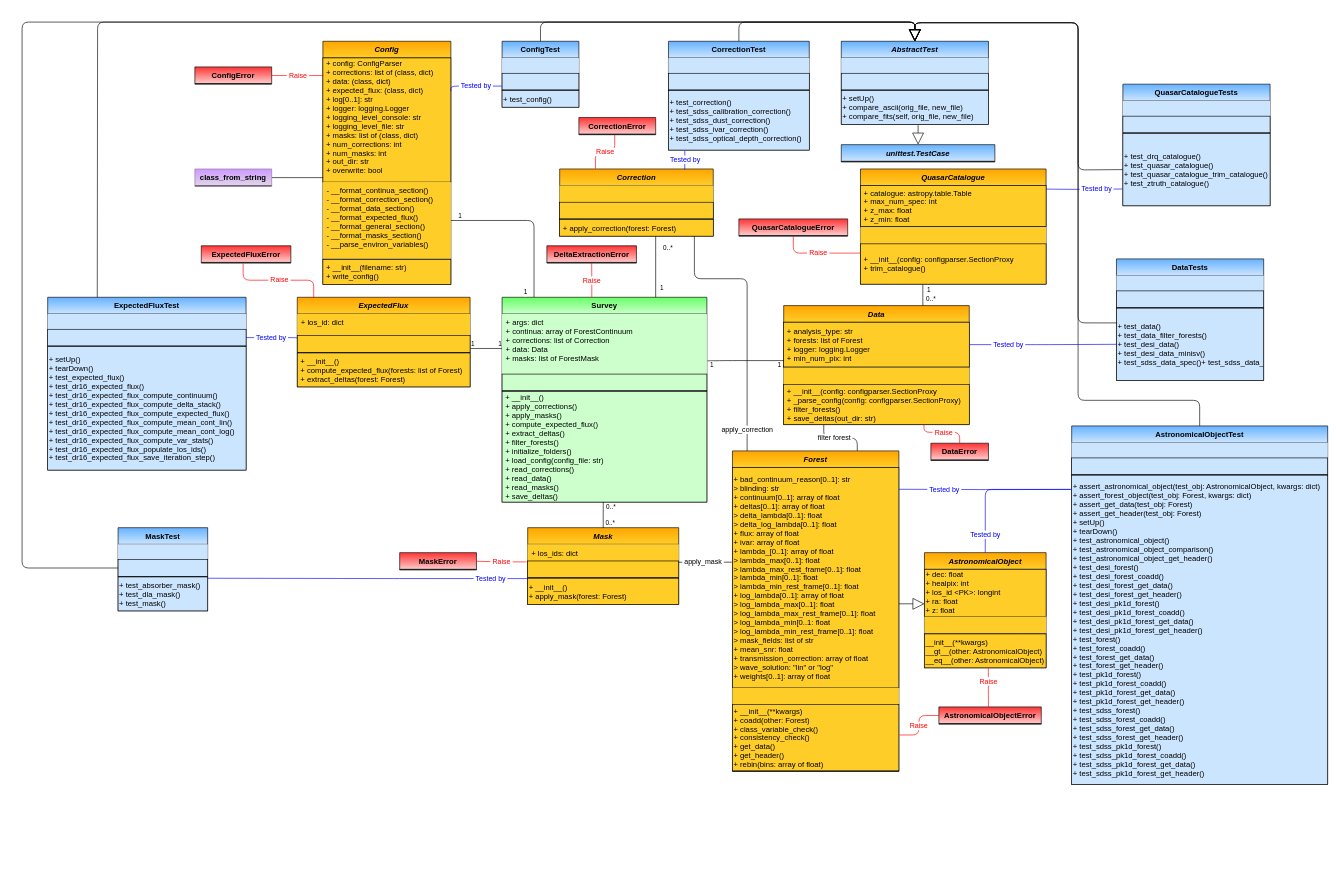
The draw.io diagram page "Main" (1 of 7) of py/picca/delta_extraction/docs/data_model/data_model.drawio in igmhub/picca, before the edit. Source tidied: cells renumbered, new cells numbered last; positions are measured from the earlier drawing's top-left corner, leaving out a move shared by most shapes. Both pictures are drawn from the tidied source at 64%, with x=0, y=0 at pixel (22, 22).
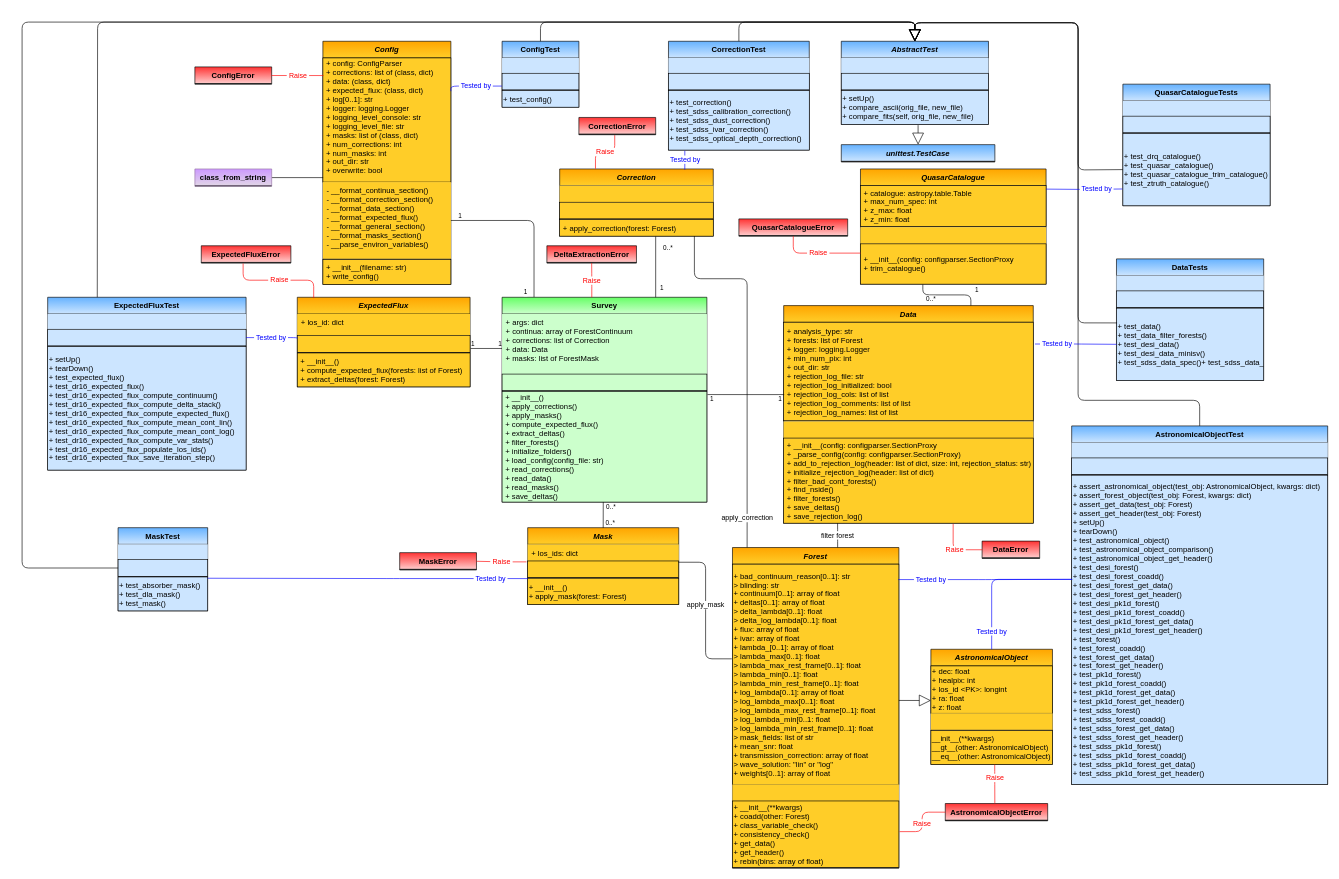
After the change.

The change refers to these unchanged cells:
```xml
<mxCell id="9" value="+ args: dict&#10;+ continua: array of ForestContinuum&#10;+ corrections: list of Correction&#10;+ data: Data&#10;+ masks: list of ForestMask&#10;" style="text;strokeColor=none;align=left;verticalAlign=top;spacingLeft=4;spacingRight=4;overflow=hidden;points=[[0,0.5],[1,0.5]];portConstraint=eastwest;gradientColor=none;fillColor=#CCFFCC;" parent="8" vertex="1">
  <mxGeometry y="26" width="320" height="94" as="geometry" />
</mxCell>
<mxCell id="12" value=" + __init__()&#10; + apply_corrections()&#10; + apply_masks()&#10; + compute_expected_flux()&#10; + extract_deltas()&#10; + filter_forests()&#10; + initialize_folders() &#10; + load_config(config_file: str)&#10; + read_corrections() &#10; + read_data()&#10; + read_masks()&#10; + save_deltas()" style="text;strokeColor=#000000;align=left;verticalAlign=middle;overflow=hidden;points=[[0,0.5],[1,0.5]];portConstraint=eastwest;rounded=0;shadow=0;glass=0;comic=0;fontStyle=0;gradientColor=none;swimlaneFillColor=#ffffff;gradientDirection=north;startSize=26;fillColor=#CCFFCC;" parent="8" vertex="1">
  <mxGeometry y="147" width="320" height="173" as="geometry" />
</mxCell>
<mxCell id="24" value="+ bad_continuum_reason[0..1]: str&#10;&gt; blinding: str&#10;+ continuum[0..1]: array of float&#10;+ deltas[0..1]: array of float&#10;&gt; delta_lambda[0..1]: float&#10;&gt; delta_log_lambda[0..1]: float&#10;+ flux: array of float&#10;+ ivar: array of float&#10;+ lambda_[0..1]: array of float&#10;&gt; lambda_max[0..1]: float&#10;&gt; lambda_max_rest_frame[0..1]: float&#10;&gt; lambda_min[0..1]: float&#10;&gt; lambda_min_rest_frame[0..1]: float&#10;+ log_lambda[0..1]: array of float&#10;&gt; log_lambda_max[0..1]: float&#10;&gt; log_lambda_max_rest_frame[0..1]: float&#10;&gt; log_lambda_min[0..1: float&#10;&gt; log_lambda_min_rest_frame[0..1]: float&#10;&gt; mask_fields: list of str&#10;+ mean_snr: float&#10;+ transmission_correction: array of float&#10;&gt; wave_solution: &quot;lin&quot; or &quot;log&quot;&#10;+ weights[0..1]: array of float" style="text;strokeColor=#000000;fillColor=#ffcd28;align=left;verticalAlign=middle;overflow=hidden;points=[[0,0.5],[1,0.5]];portConstraint=eastwest;rounded=0;shadow=0;glass=0;comic=0;fontStyle=0;gradientColor=none;swimlaneFillColor=#ffffff;gradientDirection=north;startSize=26;" parent="23" vertex="1">
  <mxGeometry y="26" width="260" height="344" as="geometry" />
</mxCell>
<mxCell id="110" value="__init__(**kwargs)&#10;__gt__(other: AstronomicalObject)&#10;__eq__(other: AstronomicalObject)" style="text;strokeColor=#000000;fillColor=#ffcd28;align=left;verticalAlign=middle;overflow=hidden;points=[[0,0.5],[1,0.5]];portConstraint=eastwest;rounded=0;shadow=0;glass=0;comic=0;fontStyle=0;gradientColor=none;swimlaneFillColor=#ffffff;gradientDirection=north;startSize=26;" parent="106" vertex="1">
  <mxGeometry y="127" width="190" height="53" as="geometry" />
</mxCell>
<mxCell id="115" value="+ assert_astronomical_object(test_obj: AstronomicalObject, kwargs: dict)&#10;+ assert_forest_object(test_obj: Forest, kwargs: dict)&#10;+ assert_get_data(test_obj: Forest)&#10;+ assert_get_header(test_obj: Forest)&#10;+ setUp()&#10;+ tearDown()&#10;+ test_astronomical_object()&#10;+ test_astronomical_object_comparison()&#10;+ test_astronomical_object_get_header()&#10;+ test_desi_forest()&#10;+ test_desi_forest_coadd()&#10;+ test_desi_forest_get_data()&#10;+ test_desi_forest_get_header()&#10;+ test_desi_pk1d_forest()&#10;+ test_desi_pk1d_forest_coadd()&#10;+ test_desi_pk1d_forest_get_data()&#10;+ test_desi_pk1d_forest_get_header()&#10;+ test_forest()&#10;+ test_forest_coadd()&#10;+ test_forest_get_data()&#10;+ test_forest_get_header()&#10;+ test_pk1d_forest()&#10;+ test_pk1d_forest_coadd()&#10;+ test_pk1d_forest_get_data()&#10;+ test_pk1d_forest_get_header()&#10;+ test_sdss_forest()&#10;+ test_sdss_forest_coadd()&#10;+ test_sdss_forest_get_data()&#10;+ test_sdss_forest_get_header()&#10;+ test_sdss_pk1d_forest()&#10;+ test_sdss_pk1d_forest_coadd()&#10;+ test_sdss_pk1d_forest_get_data()&#10;+ test_sdss_pk1d_forest_get_header()" style="text;strokeColor=#000000;align=left;verticalAlign=middle;overflow=hidden;points=[[0,0.5],[1,0.5]];portConstraint=eastwest;rounded=0;shadow=0;glass=0;comic=0;fontStyle=0;gradientColor=none;swimlaneFillColor=#ffffff;gradientDirection=north;startSize=26;fillColor=#CCE5FF;" parent="111" vertex="1">
  <mxGeometry y="77" width="400" height="483" as="geometry" />
</mxCell>
<mxCell id="156" value="+ test_data()&#10;+ test_data_filter_forests()&#10;+ test_desi_data()&#10;+ test_desi_data_minisv()&#10;+ test_sdss_data_spec()+ test_sdss_data_spplate()" style="text;strokeColor=#000000;align=left;verticalAlign=middle;overflow=hidden;points=[[0,0.5],[1,0.5]];portConstraint=eastwest;rounded=0;shadow=0;glass=0;comic=0;fontStyle=0;gradientColor=none;swimlaneFillColor=#ffffff;gradientDirection=north;startSize=26;fillColor=#CCE5FF;" parent="152" vertex="1">
  <mxGeometry y="77" width="230" height="113" as="geometry" />
</mxCell>
```

What changed in the source:
```diff
@@
     <mxCell id="23" value="Forest" style="swimlane;fontStyle=3;horizontal=1;startSize=26;fillColor=#ffcd28;swimlaneFillColor=#ffffff;rounded=0;shadow=0;glass=0;comic=0;strokeColor=#000000;gradientColor=#ffa500;swimlaneLine=1;gradientDirection=north;" parent="1" vertex="1">
-      <mxGeometry x="1110" y="670" width="260" height="501" as="geometry" />
+      <mxGeometry x="1110" y="821" width="260" height="501" as="geometry" />
     </mxCell>
@@
     <mxCell id="95" value="Data" style="swimlane;fontStyle=3;horizontal=1;startSize=26;fillColor=#ffcd28;swimlaneFillColor=#ffffff;rounded=0;shadow=0;glass=0;comic=0;strokeColor=#000000;gradientColor=#ffa500;swimlaneLine=1;gradientDirection=north;" parent="1" vertex="1">
-      <mxGeometry x="1190" y="443" width="290" height="186" as="geometry" />
+      <mxGeometry x="1190" y="443" width="390" height="340" as="geometry" />
     </mxCell>
-    <mxCell id="96" value=" + analysis_type: str&#10; + forests: list of Forest&#10; + logger: logging.Logger&#10; + min_num_pix: int" style="text;strokeColor=#000000;fillColor=#ffcd28;align=left;verticalAlign=middle;overflow=hidden;points=[[0,0.5],[1,0.5]];portConstraint=eastwest;rounded=0;shadow=0;glass=0;comic=0;fontStyle=0;gradientColor=none;swimlaneFillColor=#ffffff;gradientDirection=north;startSize=26;" parent="95" vertex="1">
-      <mxGeometry y="26" width="290" height="70" as="geometry" />
+    <mxCell id="96" value=" + analysis_type: str&#10; + forests: list of Forest&#10; + logger: logging.Logger&#10; + min_num_pix: int&#10; + out_dir: str&#10; + rejection_log_file: str&#10; + rejection_log_initialized: bool&#10; + rejection_log_cols: list of list&#10; + rejection_log_comments: list of list&#10; + rejection_log_names: list of list" style="text;strokeColor=#000000;fillColor=#ffcd28;align=left;verticalAlign=middle;overflow=hidden;points=[[0,0.5],[1,0.5]];portConstraint=eastwest;rounded=0;shadow=0;glass=0;comic=0;fontStyle=0;gradientColor=none;swimlaneFillColor=#ffffff;gradientDirection=north;startSize=26;" parent="95" vertex="1">
+      <mxGeometry y="26" width="390" height="154" as="geometry" />
     </mxCell>
     <mxCell id="97" style="line;strokeWidth=1;fillColor=none;align=left;verticalAlign=middle;spacingTop=-1;spacingLeft=3;spacingRight=3;labelPosition=right;rounded=0;shadow=0;glass=0;comic=0;" parent="95" vertex="1">
-      <mxGeometry y="96" width="290" height="1" as="geometry" />
+      <mxGeometry y="180" width="390" height="1" as="geometry" />
     </mxCell>
     <mxCell id="98" style="text;strokeColor=none;fillColor=#ffcd28;align=left;verticalAlign=top;spacingLeft=4;spacingRight=4;overflow=hidden;gradientColor=none;" parent="95" vertex="1">
-      <mxGeometry y="97" width="290" height="26" as="geometry" />
+      <mxGeometry y="181" width="390" height="26" as="geometry" />
     </mxCell>
-    <mxCell id="99" value=" + __init__(config: configparser.SectionProxy&#10; + _parse_config(config: configparser.SectionProxy)&#10; + filter_forests()&#10; + save_deltas(out_dir: str)" style="text;strokeColor=#000000;fillColor=#ffcd28;align=left;verticalAlign=middle;overflow=hidden;points=[[0,0.5],[1,0.5]];portConstraint=eastwest;rounded=0;shadow=0;glass=0;comic=0;fontStyle=0;gradientColor=none;swimlaneFillColor=#ffffff;gradientDirection=north;startSize=26;" parent="95" vertex="1">
-      <mxGeometry y="123" width="290" height="63" as="geometry" />
+    <mxCell id="99" value=" + __init__(config: configparser.SectionProxy&#10; + _parse_config(config: configparser.SectionProxy)&#10; + add_to_rejection_log(header: list of dict, size: int, rejection_status: str)&#10; + initialize_rejection_log(header: list of dict)&#10; + filter_bad_cont_forests()&#10; + find_nside()&#10; + filter_forests()&#10; + save_deltas()&#10; + save_rejection_log()" style="text;strokeColor=#000000;fillColor=#ffcd28;align=left;verticalAlign=middle;overflow=hidden;points=[[0,0.5],[1,0.5]];portConstraint=eastwest;rounded=0;shadow=0;glass=0;comic=0;fontStyle=0;gradientColor=none;swimlaneFillColor=#ffffff;gradientDirection=north;startSize=26;" parent="95" vertex="1">
+      <mxGeometry y="207" width="390" height="133" as="geometry" />
     </mxCell>
-    <mxCell id="100" style="endArrow=none;html=1;edgeStyle=orthogonalEdgeStyle;exitX=0.002;exitY=0.856;exitDx=0;exitDy=0;exitPerimeter=0;entryX=1.003;entryY=0.78;entryDx=0;entryDy=0;entryPerimeter=0;" parent="1" edge="1" source="96" target="9">
-      <mxGeometry relative="1" as="geometry">
-        <Array as="points">
-          <mxPoint x="1100" y="529" />
-        </Array>
-      </mxGeometry>
+    <mxCell id="100" style="endArrow=none;html=1;edgeStyle=orthogonalEdgeStyle;exitX=0.002;exitY=0.734;exitDx=0;exitDy=0;exitPerimeter=0;entryX=1.003;entryY=0.029;entryDx=0;entryDy=0;entryPerimeter=0;" parent="1" edge="1" source="96" target="12">
+      <mxGeometry relative="1" as="geometry" />
     </mxCell>
@@
     <mxCell id="106" value="AstronomicalObject" style="swimlane;fontStyle=3;horizontal=1;startSize=26;fillColor=#ffcd28;swimlaneFillColor=#ffffff;rounded=0;shadow=0;glass=0;comic=0;strokeColor=#000000;gradientColor=#ffa500;swimlaneLine=1;gradientDirection=north;" parent="1" vertex="1">
-      <mxGeometry x="1410" y="829" width="190" height="180" as="geometry" />
+      <mxGeometry x="1420" y="980" width="190" height="180" as="geometry" />
     </mxCell>
@@
-    <mxCell id="117" value="&lt;font color=&quot;#0000ff&quot;&gt;&amp;nbsp;Tested by&amp;nbsp;&lt;/font&gt;" style="endArrow=none;html=1;edgeStyle=orthogonalEdgeStyle;exitX=0.5;exitY=0;exitDx=0;exitDy=0;strokeColor=#0000FF;entryX=-0.002;entryY=0.046;entryDx=0;entryDy=0;entryPerimeter=0;" parent="1" edge="1" source="106" target="115">
+    <mxCell id="117" value="&lt;font color=&quot;#0000ff&quot;&gt;&amp;nbsp;Tested by&amp;nbsp;&lt;/font&gt;" style="endArrow=none;html=1;edgeStyle=orthogonalEdgeStyle;exitX=0.5;exitY=0;exitDx=0;exitDy=0;strokeColor=#0000FF;entryX=0.003;entryY=0.337;entryDx=0;entryDy=0;entryPerimeter=0;" parent="1" edge="1" source="106" target="115">
       <mxGeometry x="-0.76" relative="1" as="geometry">
         <Array as="points">
-          <mxPoint x="1505" y="730" />
-          <mxPoint x="1639" y="730" />
+          <mxPoint x="1515" y="871" />
         </Array>
       </mxGeometry>
     </mxCell>
@@
-    <mxCell id="120" value="&amp;nbsp;filter forest&amp;nbsp;" style="endArrow=none;html=1;edgeStyle=orthogonalEdgeStyle;exitX=0.75;exitY=0;exitDx=0;exitDy=0;entryX=0.216;entryY=1;entryDx=0;entryDy=0;entryPerimeter=0;" parent="1" edge="1" source="23" target="99">
-      <mxGeometry x="0.2" relative="1" as="geometry">
-        <Array as="points">
-          <mxPoint x="1253" y="650" />
-        </Array>
-      </mxGeometry>
+    <mxCell id="120" value="&amp;nbsp;filter forest&amp;nbsp;" style="endArrow=none;html=1;edgeStyle=orthogonalEdgeStyle;exitX=0.632;exitY=0;exitDx=0;exitDy=0;entryX=0.216;entryY=1;entryDx=0;entryDy=0;entryPerimeter=0;exitPerimeter=0;" parent="1" edge="1" source="23" target="99">
+      <mxGeometry relative="1" as="geometry" />
     </mxCell>
@@
-    <mxCell id="136" value="&lt;font color=&quot;#0000ff&quot;&gt;&amp;nbsp;Tested by&amp;nbsp;&lt;/font&gt;" style="endArrow=none;html=1;edgeStyle=orthogonalEdgeStyle;strokeColor=#0000FF;entryX=-0.004;entryY=0.046;entryDx=0;entryDy=0;entryPerimeter=0;" parent="1" edge="1" target="115">
-      <mxGeometry x="-0.47" relative="1" as="geometry">
-        <mxPoint x="1370" y="730" as="sourcePoint" />
-      </mxGeometry>
+    <mxCell id="136" value="&lt;font color=&quot;#0000ff&quot;&gt;&amp;nbsp;Tested by&amp;nbsp;&lt;/font&gt;" style="endArrow=none;html=1;edgeStyle=orthogonalEdgeStyle;strokeColor=#0000FF;exitX=0.996;exitY=0.07;exitDx=0;exitDy=0;exitPerimeter=0;entryX=-0.002;entryY=0.337;entryDx=0;entryDy=0;entryPerimeter=0;" parent="1" edge="1" source="24" target="115">
+      <mxGeometry x="-0.62" relative="1" as="geometry" />
     </mxCell>
@@
     <mxCell id="138" value="AstronomicalObjectError" style="swimlane;fontStyle=1;horizontal=1;startSize=26;swimlaneFillColor=#ffffff;rounded=0;shadow=0;glass=0;comic=0;strokeColor=#000000;swimlaneLine=1;gradientDirection=north;fillColor=#FFCCCC;gradientColor=#FF3333;" parent="1" vertex="1">
-      <mxGeometry x="1432.5" y="1070" width="160" height="27" as="geometry" />
+      <mxGeometry x="1442.5" y="1221" width="160" height="27" as="geometry" />
     </mxCell>
@@
     <mxCell id="142" value="&amp;nbsp;Raise&amp;nbsp;" style="endArrow=none;html=1;edgeStyle=orthogonalEdgeStyle;fontColor=#FF0000;strokeColor=#FF0000;entryX=0.484;entryY=-0.004;entryDx=0;entryDy=0;entryPerimeter=0;exitX=0.525;exitY=1.006;exitDx=0;exitDy=0;exitPerimeter=0;" parent="1" edge="1" source="110" target="138">
       <mxGeometry x="-0.32" relative="1" as="geometry">
         <Array as="points">
-          <mxPoint x="1510" y="1051" />
-          <mxPoint x="1510" y="1051" />
+          <mxPoint x="1520" y="1181" />
+          <mxPoint x="1520" y="1181" />
         </Array>
       </mxGeometry>
     </mxCell>
@@
     <mxCell id="144" value="DataError" style="swimlane;fontStyle=1;horizontal=1;startSize=26;swimlaneFillColor=#ffffff;rounded=0;shadow=0;glass=0;comic=0;strokeColor=#000000;swimlaneLine=1;gradientDirection=north;fillColor=#FFCCCC;gradientColor=#FF3333;" parent="1" vertex="1">
-      <mxGeometry x="1420" y="658" width="90" height="27" as="geometry" />
+      <mxGeometry x="1500" y="811" width="90" height="27" as="geometry" />
     </mxCell>
@@
-    <mxCell id="146" value="&amp;nbsp;Raise&amp;nbsp;" style="endArrow=none;html=1;edgeStyle=orthogonalEdgeStyle;exitX=0.756;exitY=0.991;exitDx=0;exitDy=0;strokeColor=#FF0000;fontColor=#FF0000;exitPerimeter=0;entryX=0.5;entryY=0;entryDx=0;entryDy=0;" parent="1" edge="1" source="99" target="144">
+    <mxCell id="146" value="&amp;nbsp;Raise&amp;nbsp;" style="endArrow=none;html=1;edgeStyle=orthogonalEdgeStyle;strokeColor=#FF0000;fontColor=#FF0000;entryX=0;entryY=0.5;entryDx=0;entryDy=0;exitX=0.679;exitY=1.008;exitDx=0;exitDy=0;exitPerimeter=0;" parent="1" edge="1" source="99" target="144">
       <mxGeometry x="0.01" relative="1" as="geometry">
         <Array as="points">
-          <mxPoint x="1409" y="641" />
-          <mxPoint x="1465" y="641" />
+          <mxPoint x="1455" y="825" />
         </Array>
       </mxGeometry>
     </mxCell>
@@
-    <mxCell id="164" value="&lt;font color=&quot;#0000ff&quot;&gt;&amp;nbsp;Tested by&amp;nbsp;&lt;/font&gt;" style="endArrow=none;html=1;edgeStyle=orthogonalEdgeStyle;strokeColor=#0000FF;exitX=1;exitY=0.5;exitDx=0;exitDy=0;entryX=0;entryY=0.5;entryDx=0;entryDy=0;" parent="1" edge="1" source="96" target="156">
+    <mxCell id="164" value="&lt;font color=&quot;#0000ff&quot;&gt;&amp;nbsp;Tested by&amp;nbsp;&lt;/font&gt;" style="endArrow=none;html=1;edgeStyle=orthogonalEdgeStyle;strokeColor=#0000FF;exitX=1.007;exitY=0.221;exitDx=0;exitDy=0;entryX=0;entryY=0.5;entryDx=0;entryDy=0;exitPerimeter=0;" parent="1" edge="1" source="96" target="156">
       <mxGeometry x="-0.47" relative="1" as="geometry" />
     </mxCell>
```
